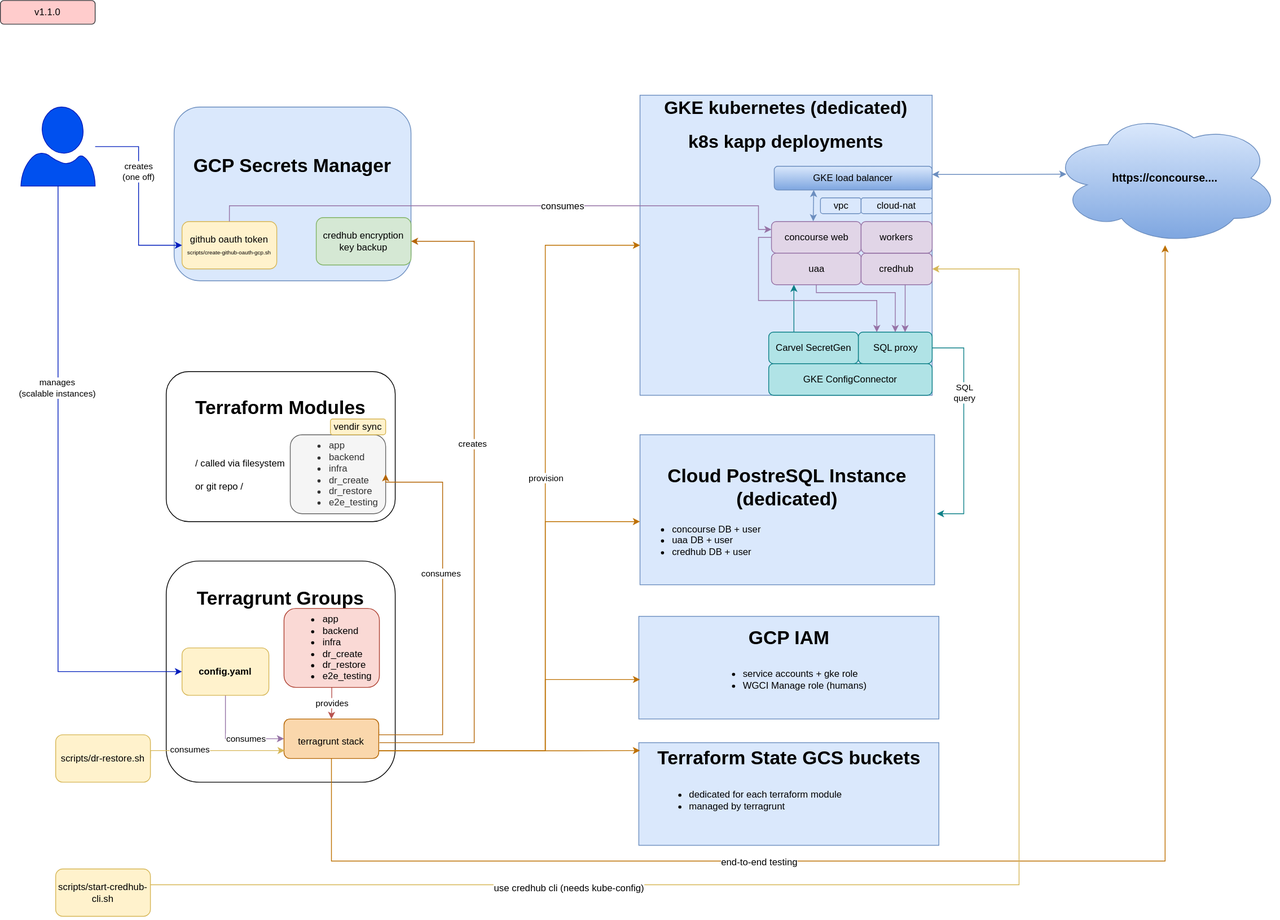
Earlier version of the draw.io export docs/concourse-architecture.drawio.svg (cloudfoundry/app-runtime-interfaces-infrastructure). Source tidied: cells renumbered, new cells last; positions are measured from the earlier drawing's top-left corner, leaving out a move shared by most shapes.
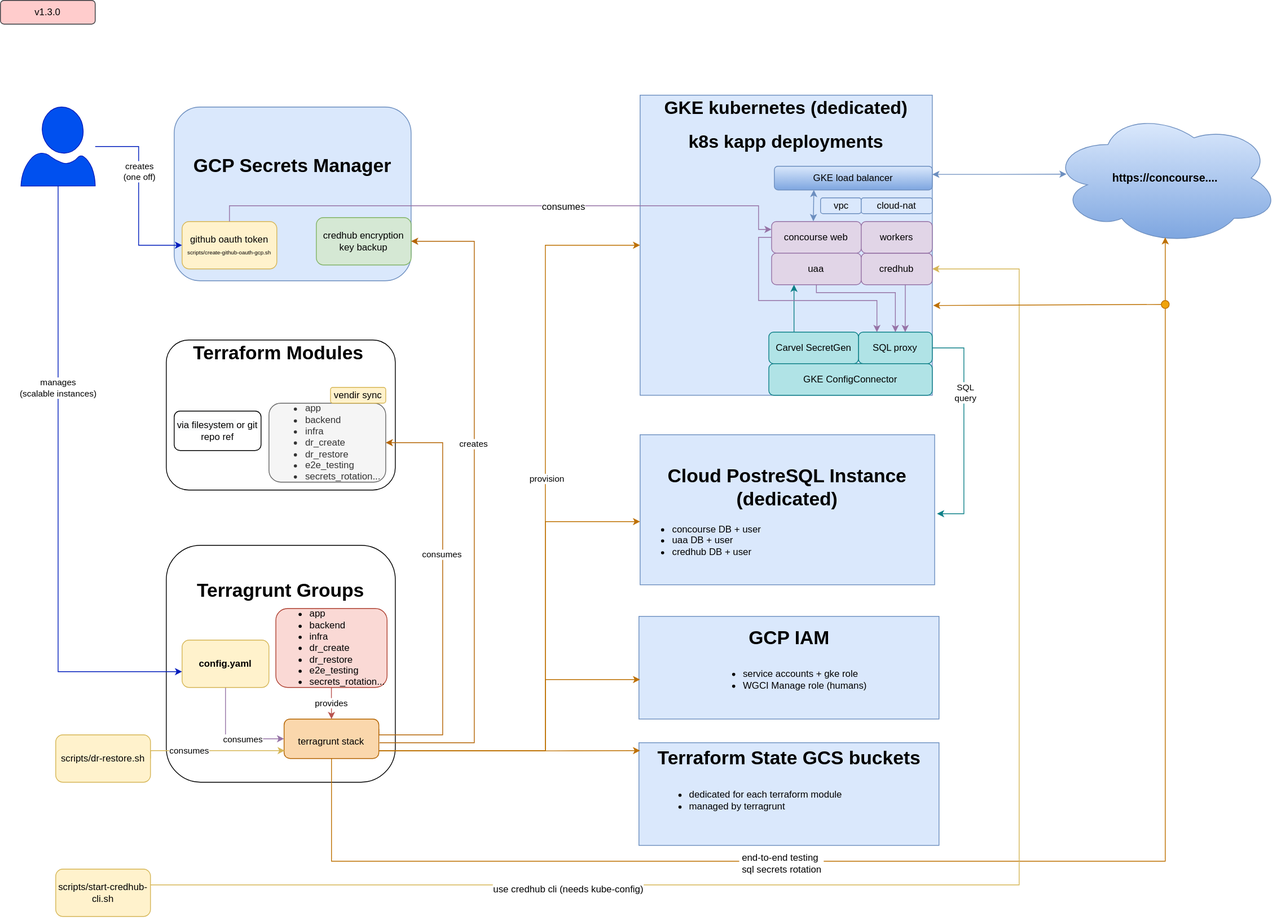
Later version of the same file.

Commit message:
Updated architecture diagram

The edit, as a diff of the source:
```diff
@@ -24,17 +24,20 @@
       <mxGeometry x="26" y="135" width="94" height="100" as="geometry" />
     </mxCell>
     <mxCell id="9" style="group;" parent="1" vertex="1">
-      <mxGeometry x="210" y="470" width="290" height="190" as="geometry" />
+      <mxGeometry x="210" y="430" width="290" height="190" as="geometry" />
     </mxCell>
-    <mxCell id="10" value="&lt;h1 style=&quot;text-align: left;&quot;&gt;&lt;font style=&quot;font-size: 24px;&quot;&gt;Terraform Modules&lt;/font&gt;&lt;/h1&gt;&lt;div style=&quot;text-align: left;&quot;&gt;&lt;font style=&quot;font-size: 12px;&quot;&gt;/ called via filesystem&lt;/font&gt;&lt;/div&gt;&lt;div style=&quot;text-align: left;&quot;&gt;&lt;span style=&quot;font-size: 12px; background-color: initial; text-align: center;&quot;&gt;or git repo /&amp;nbsp; &amp;nbsp; &amp;nbsp; &amp;nbsp; &amp;nbsp; &amp;nbsp; &amp;nbsp; &amp;nbsp; &amp;nbsp; &amp;nbsp; &amp;nbsp; &amp;nbsp; &amp;nbsp; &amp;nbsp; &amp;nbsp; &amp;nbsp; &amp;nbsp; &amp;nbsp; &amp;nbsp;&amp;nbsp;&lt;/span&gt;&lt;/div&gt;&lt;font style=&quot;font-size: 24px;&quot;&gt;&lt;br&gt;&lt;br&gt;&lt;/font&gt;" style="rounded=1;whiteSpace=wrap;html=1;fontSize=24;" parent="9" vertex="1">
+    <mxCell id="10" value="&lt;h1 style=&quot;text-align: left;&quot;&gt;&lt;font style=&quot;font-size: 24px;&quot;&gt;&amp;nbsp; &amp;nbsp; &amp;nbsp;Terraform Modules&lt;/font&gt;&amp;nbsp; &amp;nbsp; &amp;nbsp; &amp;nbsp; &amp;nbsp; &amp;nbsp; &amp;nbsp; &amp;nbsp; &amp;nbsp; &amp;nbsp; &amp;nbsp; &amp;nbsp; &amp;nbsp; &amp;nbsp; &amp;nbsp; &amp;nbsp; &amp;nbsp; &amp;nbsp;&amp;nbsp;&lt;/h1&gt;&lt;font style=&quot;font-size: 24px;&quot;&gt;&lt;br&gt;&lt;br&gt;&lt;/font&gt;" style="rounded=1;whiteSpace=wrap;html=1;fontSize=24;" parent="9" vertex="1">
       <mxGeometry width="290" height="190" as="geometry" />
     </mxCell>
-    <mxCell id="11" value="&lt;p&gt;&lt;/p&gt;&lt;ul style=&quot;font-size: 12px;&quot;&gt;&lt;li style=&quot;text-align: left;&quot;&gt;&lt;span style=&quot;background-color: initial;&quot;&gt;app&lt;/span&gt;&lt;/li&gt;&lt;li style=&quot;text-align: left;&quot;&gt;&lt;span style=&quot;background-color: initial;&quot;&gt;backend&lt;/span&gt;&lt;/li&gt;&lt;li style=&quot;text-align: left;&quot;&gt;&lt;span style=&quot;background-color: initial;&quot;&gt;infra&lt;/span&gt;&lt;/li&gt;&lt;li style=&quot;text-align: left;&quot;&gt;&lt;span style=&quot;background-color: initial;&quot;&gt;dr_create&lt;/span&gt;&lt;/li&gt;&lt;li style=&quot;text-align: left;&quot;&gt;&lt;span style=&quot;background-color: initial;&quot;&gt;dr_restore&lt;/span&gt;&lt;/li&gt;&lt;li style=&quot;text-align: left;&quot;&gt;&lt;span style=&quot;background-color: initial;&quot;&gt;e2e_testing&lt;/span&gt;&lt;/li&gt;&lt;/ul&gt;&lt;p&gt;&lt;/p&gt;" style="rounded=1;whiteSpace=wrap;html=1;fontSize=24;fillColor=#f5f5f5;fontColor=#333333;strokeColor=#666666;" parent="9" vertex="1">
-      <mxGeometry x="157.1" y="80" width="120.8" height="100" as="geometry" />
+    <mxCell id="11" value="&lt;p&gt;&lt;/p&gt;&lt;ul style=&quot;font-size: 12px;&quot;&gt;&lt;li style=&quot;text-align: left;&quot;&gt;&lt;span style=&quot;background-color: initial;&quot;&gt;app&lt;/span&gt;&lt;/li&gt;&lt;li style=&quot;text-align: left;&quot;&gt;&lt;span style=&quot;background-color: initial;&quot;&gt;backend&lt;/span&gt;&lt;/li&gt;&lt;li style=&quot;text-align: left;&quot;&gt;&lt;span style=&quot;background-color: initial;&quot;&gt;infra&lt;/span&gt;&lt;/li&gt;&lt;li style=&quot;text-align: left;&quot;&gt;&lt;span style=&quot;background-color: initial;&quot;&gt;dr_create&lt;/span&gt;&lt;/li&gt;&lt;li style=&quot;text-align: left;&quot;&gt;&lt;span style=&quot;background-color: initial;&quot;&gt;dr_restore&lt;/span&gt;&lt;/li&gt;&lt;li style=&quot;text-align: left;&quot;&gt;&lt;span style=&quot;background-color: initial;&quot;&gt;e2e_testing&lt;/span&gt;&lt;/li&gt;&lt;li style=&quot;text-align: left;&quot;&gt;&lt;span style=&quot;background-color: initial;&quot;&gt;secrets_rotation...&lt;/span&gt;&lt;/li&gt;&lt;/ul&gt;&lt;p&gt;&lt;/p&gt;" style="rounded=1;whiteSpace=wrap;html=1;fontSize=24;fillColor=#f5f5f5;fontColor=#333333;strokeColor=#666666;" parent="9" vertex="1">
+      <mxGeometry x="130" y="80" width="147.9" height="100" as="geometry" />
     </mxCell>
     <mxCell id="12" value="vendir sync" style="rounded=1;whiteSpace=wrap;html=1;labelBorderColor=none;fontSize=12;fillColor=#fff2cc;strokeColor=#d6b656;" parent="9" vertex="1">
       <mxGeometry x="207.9" y="60" width="70" height="20" as="geometry" />
     </mxCell>
+    <mxCell id="65" value="&lt;font style=&quot;color: rgb(0, 0, 0); font-family: Helvetica; font-style: normal; font-variant-ligatures: normal; font-variant-caps: normal; font-weight: 400; letter-spacing: normal; orphans: 2; text-align: left; text-indent: 0px; text-transform: none; widows: 2; word-spacing: 0px; -webkit-text-stroke-width: 0px; background-color: rgb(248, 249, 250); text-decoration-thickness: initial; text-decoration-style: initial; text-decoration-color: initial; font-size: 12px;&quot;&gt;via filesystem&amp;nbsp;&lt;/font&gt;&lt;span style=&quot;color: rgb(0, 0, 0); font-family: Helvetica; font-style: normal; font-variant-ligatures: normal; font-variant-caps: normal; font-weight: 400; letter-spacing: normal; orphans: 2; text-indent: 0px; text-transform: none; widows: 2; word-spacing: 0px; -webkit-text-stroke-width: 0px; background-color: initial; text-decoration-thickness: initial; text-decoration-style: initial; text-decoration-color: initial; font-size: 12px; text-align: center;&quot;&gt;or git repo&lt;span&gt;&amp;nbsp;ref&lt;/span&gt;&lt;/span&gt;" style="rounded=1;whiteSpace=wrap;html=1;" parent="9" vertex="1">
+      <mxGeometry x="10" y="90" width="110" height="50" as="geometry" />
+    </mxCell>
     <mxCell id="13" value="&lt;h1 style=&quot;font-size: 23px;&quot;&gt;&lt;font style=&quot;font-size: 23px;&quot;&gt;GKE kubernetes (dedicated)&lt;/font&gt;&lt;/h1&gt;&lt;h1 style=&quot;font-size: 23px;&quot;&gt;&lt;font style=&quot;font-size: 23px;&quot;&gt;k8s kapp deployments&lt;/font&gt;&lt;/h1&gt;&lt;div style=&quot;font-size: 23px;&quot;&gt;&lt;font style=&quot;font-size: 23px;&quot;&gt;&lt;br&gt;&lt;/font&gt;&lt;/div&gt;&lt;div style=&quot;font-size: 23px;&quot;&gt;&lt;font style=&quot;font-size: 23px;&quot;&gt;&lt;br&gt;&lt;/font&gt;&lt;/div&gt;&lt;div style=&quot;font-size: 23px;&quot;&gt;&lt;font style=&quot;font-size: 23px;&quot;&gt;&lt;br&gt;&lt;/font&gt;&lt;/div&gt;&lt;div style=&quot;font-size: 23px;&quot;&gt;&lt;font style=&quot;font-size: 23px;&quot;&gt;&lt;br&gt;&lt;/font&gt;&lt;/div&gt;&lt;div style=&quot;font-size: 23px;&quot;&gt;&lt;font style=&quot;font-size: 23px;&quot;&gt;&lt;br&gt;&lt;/font&gt;&lt;/div&gt;&lt;div style=&quot;font-size: 23px;&quot;&gt;&lt;font style=&quot;font-size: 23px;&quot;&gt;&lt;br&gt;&lt;/font&gt;&lt;/div&gt;&lt;div style=&quot;font-size: 23px;&quot;&gt;&lt;font style=&quot;font-size: 23px;&quot;&gt;&lt;br&gt;&lt;/font&gt;&lt;/div&gt;&lt;div style=&quot;font-size: 23px;&quot;&gt;&lt;font style=&quot;font-size: 23px;&quot;&gt;&lt;br&gt;&lt;/font&gt;&lt;/div&gt;&lt;div style=&quot;font-size: 23px;&quot;&gt;&lt;font style=&quot;font-size: 23px;&quot;&gt;&lt;br&gt;&lt;/font&gt;&lt;/div&gt;&lt;div style=&quot;font-size: 23px;&quot;&gt;&lt;font style=&quot;font-size: 23px;&quot;&gt;&lt;br&gt;&lt;/font&gt;&lt;/div&gt;&lt;div style=&quot;font-size: 23px;&quot;&gt;&lt;br&gt;&lt;/div&gt;" style="rounded=0;whiteSpace=wrap;html=1;fontSize=12;fillColor=#dae8fc;strokeColor=#6c8ebf;" parent="1" vertex="1">
       <mxGeometry x="810" y="120" width="370" height="380" as="geometry" />
     </mxCell>
@@ -42,7 +45,7 @@
       <mxGeometry x="808.5" y="940" width="380" height="130" as="geometry" />
     </mxCell>
     <mxCell id="15" value="&lt;h1&gt;&lt;font style=&quot;font-size: 24px;&quot;&gt;Terragrunt Groups&lt;/font&gt;&lt;/h1&gt;&lt;div&gt;&lt;br&gt;&lt;/div&gt;&lt;div&gt;&lt;br&gt;&lt;/div&gt;&lt;div&gt;&lt;br&gt;&lt;/div&gt;&lt;div&gt;&lt;br&gt;&lt;/div&gt;&lt;div&gt;&lt;br&gt;&lt;/div&gt;&lt;div&gt;&lt;br&gt;&lt;/div&gt;&lt;font style=&quot;font-size: 24px;&quot;&gt;&lt;br&gt;&lt;/font&gt;" style="rounded=1;whiteSpace=wrap;html=1;fontSize=24;" parent="1" vertex="1">
-      <mxGeometry x="210" y="710" width="290" height="280" as="geometry" />
+      <mxGeometry x="210" y="690" width="290" height="300" as="geometry" />
     </mxCell>
     <mxCell id="16" style="edgeStyle=orthogonalEdgeStyle;rounded=0;jettySize=auto;html=1;entryX=0;entryY=0.5;entryDx=0;entryDy=0;exitX=0.5;exitY=1;exitDx=0;exitDy=0;fillColor=#e1d5e7;strokeColor=#9673a6;" parent="1" edge="1" source="18" target="25">
       <mxGeometry relative="1" as="geometry" />
@@ -51,13 +54,14 @@
       <mxGeometry x="0.25" relative="1" as="geometry" />
     </mxCell>
     <mxCell id="18" value="&lt;h5 style=&quot;font-size: 12px;&quot;&gt;config.&lt;font style=&quot;font-size: 12px;&quot;&gt;yaml&lt;/font&gt;&lt;/h5&gt;" style="rounded=1;whiteSpace=wrap;html=1;fontSize=24;fillColor=#fff2cc;strokeColor=#d6b656;" parent="1" vertex="1">
-      <mxGeometry x="230" y="820" width="110" height="60" as="geometry" />
+      <mxGeometry x="230" y="810" width="110" height="60" as="geometry" />
     </mxCell>
     <mxCell id="19" style="edgeStyle=orthogonalEdgeStyle;rounded=0;jettySize=auto;html=1;entryX=1;entryY=0.5;entryDx=0;entryDy=0;fontSize=12;exitX=1;exitY=0.25;exitDx=0;exitDy=0;fillColor=#fad7ac;strokeColor=#b46504;" parent="1" edge="1" source="25" target="11">
       <mxGeometry relative="1" as="geometry">
         <Array as="points">
+          <mxPoint x="479" y="930" />
           <mxPoint x="560" y="930" />
-          <mxPoint x="560" y="610" />
+          <mxPoint x="560" y="560" />
         </Array>
       </mxGeometry>
     </mxCell>
@@ -75,7 +79,7 @@
     <mxCell id="22" value="provision" style="edgeLabel;html=1;align=center;verticalAlign=middle;" parent="21" vertex="1">
       <mxGeometry x="0.14" y="-1" relative="1" as="geometry" />
     </mxCell>
-    <mxCell id="23" style="edgeStyle=orthogonalEdgeStyle;rounded=0;jettySize=auto;html=1;fontSize=7;startArrow=none;startFill=0;endArrow=classic;endFill=1;fillColor=#f0a30a;strokeColor=#BD7000;" parent="1" edge="1" source="25" target="27">
+    <mxCell id="23" style="edgeStyle=orthogonalEdgeStyle;rounded=0;jettySize=auto;html=1;fontSize=7;startArrow=none;startFill=0;endArrow=none;endFill=0;fillColor=#f0a30a;strokeColor=#BD7000;entryX=0.5;entryY=1;entryDx=0;entryDy=0;" parent="1" edge="1" source="25" target="68">
       <mxGeometry relative="1" as="geometry">
         <Array as="points">
           <mxPoint x="419" y="1090" />
@@ -83,7 +87,7 @@
         </Array>
       </mxGeometry>
     </mxCell>
-    <mxCell id="24" value="&lt;font style=&quot;font-size: 12px;&quot;&gt;end-to-end testing&lt;/font&gt;" style="edgeLabel;html=1;align=center;verticalAlign=middle;fontSize=7;" parent="23" vertex="1">
+    <mxCell id="24" value="&lt;span style=&quot;font-size: 12px;&quot;&gt;&amp;nbsp;end-to-end testing&lt;br&gt;&amp;nbsp;sql secrets rotation&amp;nbsp;&lt;/span&gt;" style="edgeLabel;html=1;align=left;verticalAlign=middle;fontSize=7;" parent="23" vertex="1">
       <mxGeometry x="-0.32" y="-2" relative="1" as="geometry" />
     </mxCell>
     <mxCell id="25" value="&lt;p&gt;&lt;/p&gt;&lt;span style=&quot;text-align: left; font-size: 12px; background-color: initial;&quot;&gt;terragrunt stack&lt;/span&gt;&lt;br&gt;&lt;p&gt;&lt;/p&gt;" style="rounded=1;whiteSpace=wrap;html=1;fontSize=24;fillColor=#fad7ac;strokeColor=#b46504;" parent="1" vertex="1">
@@ -139,7 +143,7 @@
     <mxCell id="36" value="GKE load balancer" style="rounded=1;whiteSpace=wrap;html=1;glass=0;fontSize=12;fillColor=#dae8fc;gradientColor=#7ea6e0;strokeColor=#6c8ebf;" parent="1" vertex="1">
       <mxGeometry x="980" y="210" width="200" height="30" as="geometry" />
     </mxCell>
-    <mxCell id="37" value="v1.1.0" style="rounded=1;whiteSpace=wrap;html=1;glass=0;fontSize=12;fillColor=#ffcccc;strokeColor=#36393d;" parent="1" vertex="1">
+    <mxCell id="37" value="v1.3.0" style="rounded=1;whiteSpace=wrap;html=1;glass=0;fontSize=12;fillColor=#ffcccc;strokeColor=#36393d;" parent="1" vertex="1">
       <mxGeometry width="120" height="30" as="geometry" />
     </mxCell>
     <mxCell id="38" style="edgeStyle=orthogonalEdgeStyle;rounded=0;jettySize=auto;html=1;entryX=0;entryY=0.25;entryDx=0;entryDy=0;fontSize=12;startArrow=none;startFill=0;endArrow=classic;endFill=1;fillColor=#e1d5e7;strokeColor=#9673a6;exitX=0.5;exitY=0;exitDx=0;exitDy=0;" parent="1" edge="1" source="4" target="32">
@@ -157,8 +161,8 @@
     <mxCell id="40" value="provides" style="edgeStyle=orthogonalEdgeStyle;rounded=0;jettySize=auto;html=1;fillColor=#f8cecc;strokeColor=#b85450;" parent="1" edge="1" source="41" target="25">
       <mxGeometry relative="1" as="geometry" />
     </mxCell>
-    <mxCell id="41" value="&lt;p&gt;&lt;/p&gt;&lt;ul style=&quot;font-size: 12px;&quot;&gt;&lt;li style=&quot;text-align: left;&quot;&gt;&lt;span style=&quot;background-color: initial;&quot;&gt;app&lt;/span&gt;&lt;/li&gt;&lt;li style=&quot;text-align: left;&quot;&gt;&lt;span style=&quot;background-color: initial;&quot;&gt;backend&lt;/span&gt;&lt;/li&gt;&lt;li style=&quot;text-align: left;&quot;&gt;&lt;span style=&quot;background-color: initial;&quot;&gt;infra&lt;/span&gt;&lt;/li&gt;&lt;li style=&quot;text-align: left;&quot;&gt;&lt;span style=&quot;background-color: initial;&quot;&gt;dr_create&lt;/span&gt;&lt;/li&gt;&lt;li style=&quot;text-align: left;&quot;&gt;&lt;span style=&quot;background-color: initial;&quot;&gt;dr_restore&lt;/span&gt;&lt;/li&gt;&lt;li style=&quot;text-align: left;&quot;&gt;e2e_testing&lt;/li&gt;&lt;/ul&gt;&lt;p&gt;&lt;/p&gt;" style="rounded=1;whiteSpace=wrap;html=1;fontSize=24;fillColor=#fad9d5;strokeColor=#ae4132;" parent="1" vertex="1">
-      <mxGeometry x="359.2" y="770" width="120.8" height="100" as="geometry" />
+    <mxCell id="41" value="&lt;p&gt;&lt;/p&gt;&lt;ul style=&quot;font-size: 12px;&quot;&gt;&lt;li style=&quot;text-align: left;&quot;&gt;&lt;span style=&quot;background-color: initial;&quot;&gt;app&lt;/span&gt;&lt;/li&gt;&lt;li style=&quot;text-align: left;&quot;&gt;&lt;span style=&quot;background-color: initial;&quot;&gt;backend&lt;/span&gt;&lt;/li&gt;&lt;li style=&quot;text-align: left;&quot;&gt;&lt;span style=&quot;background-color: initial;&quot;&gt;infra&lt;/span&gt;&lt;/li&gt;&lt;li style=&quot;text-align: left;&quot;&gt;&lt;span style=&quot;background-color: initial;&quot;&gt;dr_create&lt;/span&gt;&lt;/li&gt;&lt;li style=&quot;text-align: left;&quot;&gt;&lt;span style=&quot;background-color: initial;&quot;&gt;dr_restore&lt;/span&gt;&lt;/li&gt;&lt;li style=&quot;text-align: left;&quot;&gt;e2e_testing&lt;/li&gt;&lt;li style=&quot;text-align: left;&quot;&gt;secrets_rotation...&lt;/li&gt;&lt;/ul&gt;&lt;p&gt;&lt;/p&gt;" style="rounded=1;whiteSpace=wrap;html=1;fontSize=24;fillColor=#fad9d5;strokeColor=#ae4132;" parent="1" vertex="1">
+      <mxGeometry x="348.7" y="770" width="140.8" height="100" as="geometry" />
     </mxCell>
     <mxCell id="42" style="edgeStyle=orthogonalEdgeStyle;rounded=0;jettySize=auto;html=1;exitX=0.5;exitY=1;exitDx=0;exitDy=0;exitPerimeter=0;fontSize=12;fillColor=#0050ef;strokeColor=#001DBC;" parent="1" edge="1" source="8" target="18">
       <mxGeometry relative="1" as="geometry">
@@ -279,5 +283,14 @@
         </Array>
       </mxGeometry>
     </mxCell>
+    <mxCell id="66" style="endArrow=classic;html=1;rounded=0;entryX=1.003;entryY=0.701;entryDx=0;entryDy=0;entryPerimeter=0;exitX=0;exitY=0.5;exitDx=0;exitDy=0;fillColor=#f0a30a;strokeColor=#BD7000;" parent="1" edge="1" source="68" target="13">
+      <mxGeometry relative="1" as="geometry" />
+    </mxCell>
+    <mxCell id="67" style="edgeStyle=orthogonalEdgeStyle;rounded=0;jettySize=auto;html=1;entryX=0.5;entryY=0.941;entryDx=0;entryDy=0;entryPerimeter=0;endArrow=classic;endFill=1;fillColor=#f0a30a;strokeColor=#BD7000;" parent="1" edge="1" source="68" target="27">
+      <mxGeometry relative="1" as="geometry" />
+    </mxCell>
+    <mxCell id="68" style="ellipse;whiteSpace=wrap;html=1;fillColor=#f0a30a;fontColor=#000000;strokeColor=#BD7000;" parent="1" vertex="1">
+      <mxGeometry x="1470" y="380" width="10" height="10" as="geometry" />
+    </mxCell>
   </root>
 </mxGraphModel>
```
